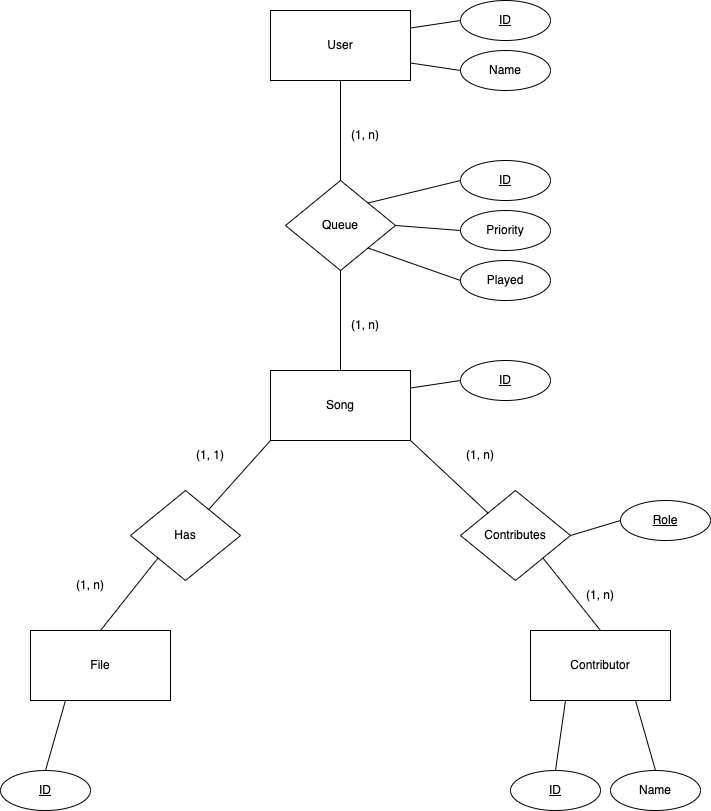
The draw.io diagram Diagram/GroupProjectER.drawio.png in Nmerryman/466Assignment, before a commit. Source tidied: cells renumbered, new cells last; positions are measured from the earlier drawing's top-left corner, leaving out a move shared by most shapes.
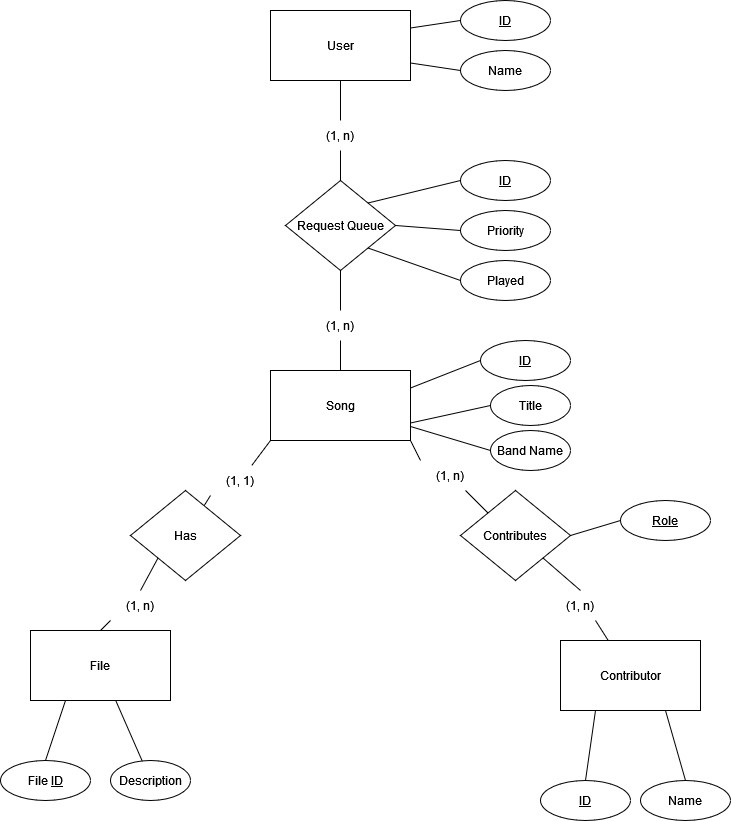
The same file after the commit.

Commit message:
Most of diagram is done, just waiting for feedback

Change to the diagram source:
```diff
@@ -5,16 +5,19 @@
     <mxCell id="2" value="User" style="rounded=0;whiteSpace=wrap;html=1;" parent="1" vertex="1">
       <mxGeometry x="270" y="10" width="140" height="70" as="geometry" />
     </mxCell>
+    <mxCell id="41" style="rounded=0;jettySize=auto;html=1;exitX=1;exitY=0.75;exitDx=0;exitDy=0;entryX=0;entryY=0.5;entryDx=0;entryDy=0;endArrow=none;endFill=0;" parent="1" edge="1" source="3" target="48">
+      <mxGeometry relative="1" as="geometry" />
+    </mxCell>
     <mxCell id="3" value="Song" style="rounded=0;whiteSpace=wrap;html=1;" parent="1" vertex="1">
       <mxGeometry x="270" y="370" width="140" height="70" as="geometry" />
     </mxCell>
-    <mxCell id="4" value="Queue" style="rhombus;whiteSpace=wrap;html=1;" parent="1" vertex="1">
+    <mxCell id="4" value="Request Queue" style="rhombus;whiteSpace=wrap;html=1;" parent="1" vertex="1">
       <mxGeometry x="285" y="180" width="110" height="90" as="geometry" />
     </mxCell>
-    <mxCell id="5" style="endArrow=none;html=1;rounded=0;exitX=0.5;exitY=0;exitDx=0;exitDy=0;entryX=0.5;entryY=1;entryDx=0;entryDy=0;" parent="1" edge="1" source="4" target="2">
+    <mxCell id="5" style="endArrow=none;html=1;rounded=0;exitX=0.5;exitY=0;exitDx=0;exitDy=0;entryX=0.5;entryY=1;entryDx=0;entryDy=0;" parent="1" edge="1" source="35" target="2">
       <mxGeometry relative="1" as="geometry" />
     </mxCell>
-    <mxCell id="6" style="endArrow=none;html=1;rounded=0;exitX=0.5;exitY=1;exitDx=0;exitDy=0;entryX=0.5;entryY=0;entryDx=0;entryDy=0;" parent="1" edge="1" source="4" target="3">
+    <mxCell id="6" style="endArrow=none;html=1;rounded=0;exitX=0.5;exitY=1;exitDx=0;exitDy=0;entryX=0.5;entryY=0;entryDx=0;entryDy=0;" parent="1" edge="1" source="36" target="3">
       <mxGeometry relative="1" as="geometry" />
     </mxCell>
     <mxCell id="7" value="&lt;u&gt;ID&lt;/u&gt;" style="ellipse;whiteSpace=wrap;html=1;" parent="1" vertex="1">
@@ -30,7 +33,7 @@
       <mxGeometry relative="1" as="geometry" />
     </mxCell>
     <mxCell id="11" value="&lt;u&gt;ID&lt;/u&gt;" style="ellipse;whiteSpace=wrap;html=1;" parent="1" vertex="1">
-      <mxGeometry x="460" y="360" width="90" height="40" as="geometry" />
+      <mxGeometry x="480" y="340" width="90" height="40" as="geometry" />
     </mxCell>
     <mxCell id="12" style="endArrow=none;html=1;rounded=0;exitX=1;exitY=0.25;exitDx=0;exitDy=0;entryX=0;entryY=0.5;entryDx=0;entryDy=0;" parent="1" edge="1" source="3" target="11">
       <mxGeometry relative="1" as="geometry" />
@@ -57,31 +60,31 @@
       <mxGeometry x="30" y="630" width="140" height="70" as="geometry" />
     </mxCell>
     <mxCell id="20" value="Contributor" style="rounded=0;whiteSpace=wrap;html=1;" parent="1" vertex="1">
-      <mxGeometry x="530" y="630" width="140" height="70" as="geometry" />
+      <mxGeometry x="560" y="640" width="140" height="70" as="geometry" />
     </mxCell>
     <mxCell id="21" value="Has" style="rhombus;whiteSpace=wrap;html=1;" parent="1" vertex="1">
       <mxGeometry x="130" y="490" width="110" height="90" as="geometry" />
     </mxCell>
-    <mxCell id="22" style="endArrow=none;html=1;rounded=0;exitX=0;exitY=1;exitDx=0;exitDy=0;" parent="1" edge="1" source="3" target="21">
+    <mxCell id="22" style="endArrow=none;html=1;rounded=0;exitX=0;exitY=1;exitDx=0;exitDy=0;" parent="1" edge="1" source="37" target="21">
       <mxGeometry relative="1" as="geometry" />
     </mxCell>
-    <mxCell id="23" style="endArrow=none;html=1;rounded=0;entryX=0.5;entryY=0;entryDx=0;entryDy=0;exitX=0;exitY=1;exitDx=0;exitDy=0;" parent="1" edge="1" source="21" target="19">
+    <mxCell id="23" style="endArrow=none;html=1;rounded=0;entryX=0.5;entryY=0;entryDx=0;entryDy=0;exitX=0;exitY=1;exitDx=0;exitDy=0;" parent="1" edge="1" source="38" target="19">
       <mxGeometry relative="1" as="geometry" />
     </mxCell>
     <mxCell id="24" value="Contributes" style="rhombus;whiteSpace=wrap;html=1;" parent="1" vertex="1">
       <mxGeometry x="460" y="490" width="110" height="90" as="geometry" />
     </mxCell>
-    <mxCell id="25" style="endArrow=none;html=1;rounded=0;entryX=0;entryY=0;entryDx=0;entryDy=0;exitX=1;exitY=1;exitDx=0;exitDy=0;" parent="1" edge="1" source="3" target="24">
+    <mxCell id="25" style="endArrow=none;html=1;rounded=0;entryX=0;entryY=0;entryDx=0;entryDy=0;exitX=0.75;exitY=1;exitDx=0;exitDy=0;" parent="1" edge="1" source="40" target="24">
       <mxGeometry relative="1" as="geometry" />
     </mxCell>
-    <mxCell id="26" style="endArrow=none;html=1;rounded=0;entryX=1;entryY=1;entryDx=0;entryDy=0;exitX=0.5;exitY=0;exitDx=0;exitDy=0;" parent="1" edge="1" source="20" target="24">
+    <mxCell id="26" style="endArrow=none;html=1;rounded=0;entryX=1;entryY=1;entryDx=0;entryDy=0;exitX=0.5;exitY=0;exitDx=0;exitDy=0;" parent="1" edge="1" source="39" target="24">
       <mxGeometry relative="1" as="geometry" />
     </mxCell>
-    <mxCell id="27" value="&lt;u&gt;ID&lt;/u&gt;" style="ellipse;whiteSpace=wrap;html=1;" parent="1" vertex="1">
-      <mxGeometry y="770" width="90" height="40" as="geometry" />
+    <mxCell id="27" value="File &lt;u&gt;ID&lt;/u&gt;" style="ellipse;whiteSpace=wrap;html=1;" parent="1" vertex="1">
+      <mxGeometry y="760" width="90" height="40" as="geometry" />
     </mxCell>
     <mxCell id="28" value="&lt;u&gt;ID&lt;/u&gt;" style="ellipse;whiteSpace=wrap;html=1;" parent="1" vertex="1">
-      <mxGeometry x="510" y="770" width="90" height="40" as="geometry" />
+      <mxGeometry x="540" y="780" width="90" height="40" as="geometry" />
     </mxCell>
     <mxCell id="29" style="endArrow=none;html=1;rounded=0;entryX=0.25;entryY=1;entryDx=0;entryDy=0;exitX=0.5;exitY=0;exitDx=0;exitDy=0;" parent="1" edge="1" source="27" target="19">
       <mxGeometry relative="1" as="geometry" />
@@ -90,7 +93,7 @@
       <mxGeometry relative="1" as="geometry" />
     </mxCell>
     <mxCell id="31" value="Name" style="ellipse;whiteSpace=wrap;html=1;" parent="1" vertex="1">
-      <mxGeometry x="610" y="770" width="90" height="40" as="geometry" />
+      <mxGeometry x="640" y="780" width="90" height="40" as="geometry" />
     </mxCell>
     <mxCell id="32" style="endArrow=none;html=1;rounded=0;entryX=0.75;entryY=1;entryDx=0;entryDy=0;exitX=0.5;exitY=0;exitDx=0;exitDy=0;" parent="1" edge="1" source="31" target="20">
       <mxGeometry relative="1" as="geometry" />
@@ -101,23 +104,56 @@
     <mxCell id="34" style="endArrow=none;html=1;rounded=0;entryX=0;entryY=0.5;entryDx=0;entryDy=0;exitX=1;exitY=0.5;exitDx=0;exitDy=0;" parent="1" edge="1" source="24" target="33">
       <mxGeometry relative="1" as="geometry" />
     </mxCell>
+    <mxCell id="42" style="endArrow=none;html=1;rounded=0;exitX=0.5;exitY=0;exitDx=0;exitDy=0;entryX=0.5;entryY=1;entryDx=0;entryDy=0;" parent="1" edge="1" source="4" target="35">
+      <mxGeometry relative="1" as="geometry" />
+    </mxCell>
     <mxCell id="35" value="(1, n)" style="text;html=1;strokeColor=none;fillColor=none;align=center;verticalAlign=middle;whiteSpace=wrap;rounded=0;" parent="1" vertex="1">
-      <mxGeometry x="335" y="120" width="60" height="30" as="geometry" />
+      <mxGeometry x="310" y="120" width="60" height="30" as="geometry" />
     </mxCell>
+    <mxCell id="43" style="endArrow=none;html=1;rounded=0;exitX=0.5;exitY=1;exitDx=0;exitDy=0;entryX=0.5;entryY=0;entryDx=0;entryDy=0;" parent="1" edge="1" source="4" target="36">
+      <mxGeometry relative="1" as="geometry" />
+    </mxCell>
     <mxCell id="36" value="(1, n)" style="text;html=1;strokeColor=none;fillColor=none;align=center;verticalAlign=middle;whiteSpace=wrap;rounded=0;" parent="1" vertex="1">
-      <mxGeometry x="335" y="310" width="60" height="30" as="geometry" />
+      <mxGeometry x="310" y="310" width="60" height="30" as="geometry" />
     </mxCell>
+    <mxCell id="44" style="endArrow=none;html=1;rounded=0;entryX=0;entryY=0;entryDx=0;entryDy=0;exitX=1;exitY=1;exitDx=0;exitDy=0;" parent="1" edge="1" source="3" target="40">
+      <mxGeometry relative="1" as="geometry" />
+    </mxCell>
+    <mxCell id="40" value="(1, n)" style="text;html=1;strokeColor=none;fillColor=none;align=center;verticalAlign=middle;whiteSpace=wrap;rounded=0;" parent="1" vertex="1">
+      <mxGeometry x="420" y="460" width="60" height="30" as="geometry" />
+    </mxCell>
+    <mxCell id="45" style="endArrow=none;html=1;rounded=0;exitX=0;exitY=1;exitDx=0;exitDy=0;" parent="1" edge="1" source="3" target="37">
+      <mxGeometry relative="1" as="geometry" />
+    </mxCell>
     <mxCell id="37" value="(1, 1)" style="text;html=1;strokeColor=none;fillColor=none;align=center;verticalAlign=middle;whiteSpace=wrap;rounded=0;" parent="1" vertex="1">
-      <mxGeometry x="180" y="440" width="60" height="30" as="geometry" />
+      <mxGeometry x="210" y="465" width="60" height="30" as="geometry" />
     </mxCell>
+    <mxCell id="46" style="endArrow=none;html=1;rounded=0;entryX=0.5;entryY=0;entryDx=0;entryDy=0;exitX=0;exitY=1;exitDx=0;exitDy=0;" parent="1" edge="1" source="21" target="38">
+      <mxGeometry relative="1" as="geometry" />
+    </mxCell>
     <mxCell id="38" value="(1, n)" style="text;html=1;strokeColor=none;fillColor=none;align=center;verticalAlign=middle;whiteSpace=wrap;rounded=0;" parent="1" vertex="1">
-      <mxGeometry x="60" y="570" width="60" height="30" as="geometry" />
+      <mxGeometry x="110" y="590" width="60" height="30" as="geometry" />
     </mxCell>
+    <mxCell id="47" style="rounded=0;jettySize=auto;html=1;exitX=0.75;exitY=1;exitDx=0;exitDy=0;endArrow=none;endFill=0;" parent="1" edge="1" source="39" target="20">
+      <mxGeometry relative="1" as="geometry" />
+    </mxCell>
     <mxCell id="39" value="(1, n)" style="text;html=1;strokeColor=none;fillColor=none;align=center;verticalAlign=middle;whiteSpace=wrap;rounded=0;" parent="1" vertex="1">
-      <mxGeometry x="570" y="580" width="60" height="30" as="geometry" />
+      <mxGeometry x="550" y="590" width="60" height="30" as="geometry" />
     </mxCell>
-    <mxCell id="40" value="(1, n)" style="text;html=1;strokeColor=none;fillColor=none;align=center;verticalAlign=middle;whiteSpace=wrap;rounded=0;" parent="1" vertex="1">
-      <mxGeometry x="450" y="440" width="60" height="30" as="geometry" />
-    </mxCell>
+    <mxCell id="48" value="Title" style="ellipse;whiteSpace=wrap;html=1;" parent="1" vertex="1">
+      <mxGeometry x="490" y="385" width="80" height="40" as="geometry" />
+    </mxCell>
+    <mxCell id="49" style="rounded=0;jettySize=auto;html=1;exitX=0;exitY=0.5;exitDx=0;exitDy=0;endArrow=none;endFill=0;" parent="1" edge="1" source="50" target="3">
+      <mxGeometry relative="1" as="geometry" />
+    </mxCell>
+    <mxCell id="50" value="Band Name" style="ellipse;whiteSpace=wrap;html=1;" parent="1" vertex="1">
+      <mxGeometry x="490" y="430" width="80" height="40" as="geometry" />
+    </mxCell>
+    <mxCell id="51" style="rounded=0;jettySize=auto;html=1;endArrow=none;endFill=0;" parent="1" edge="1" source="52" target="19">
+      <mxGeometry relative="1" as="geometry" />
+    </mxCell>
+    <mxCell id="52" value="Description" style="ellipse;whiteSpace=wrap;html=1;" parent="1" vertex="1">
+      <mxGeometry x="110" y="760" width="80" height="40" as="geometry" />
+    </mxCell>
   </root>
 </mxGraphModel>
```
